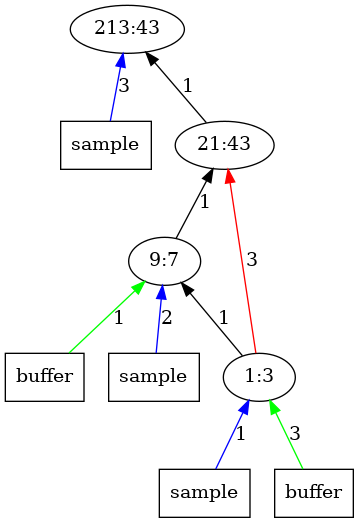
Earlier version of the Graphviz export outputImages/op43.png.png (AbhikKhan/MTP_IITG). Its source is kept beside it as outputTrees/op43.dot.
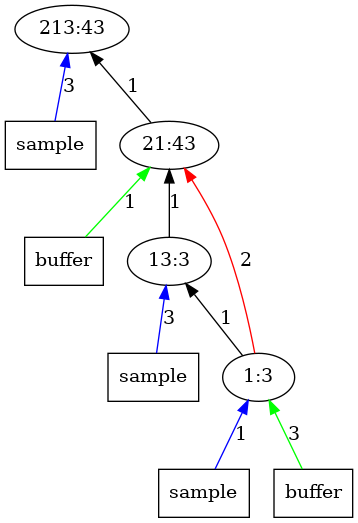
After the commit.

The edit, as a diff of the source:
```diff
@@ -3,15 +3,15 @@
 	x11 -> 1 [label = "3", color = "blue"];
 	x11 [label = "sample", shape = "box"];
 	1 [label = "213:43"];
+	x22 -> 2 [label = "1", color = "green"];
+	x22 [label = "buffer", shape = "box"];
 	2 -> 1 [label = "1", color = "black"];
 	2 [label = "21:43"];
 	3 -> 2 [label = "1", color = "black"];
-	x32 -> 3 [label = "1", color = "green"];
-	x32 [label = "buffer", shape = "box"];
-	x31 -> 3 [label = "2", color = "blue"];
+	x31 -> 3 [label = "3", color = "blue"];
 	x31 [label = "sample", shape = "box"];
-	3 [label = "9:7"];
-	4 -> 2 [label = "3", color = "red"];
+	3 [label = "13:3"];
+	4 -> 2 [label = "2", color = "red"];
 	4 -> 3 [label = "1", color = "black"];
 	x41 -> 4 [label = "1", color = "blue"];
 	x41 [label = "sample", shape = "box"];
```
